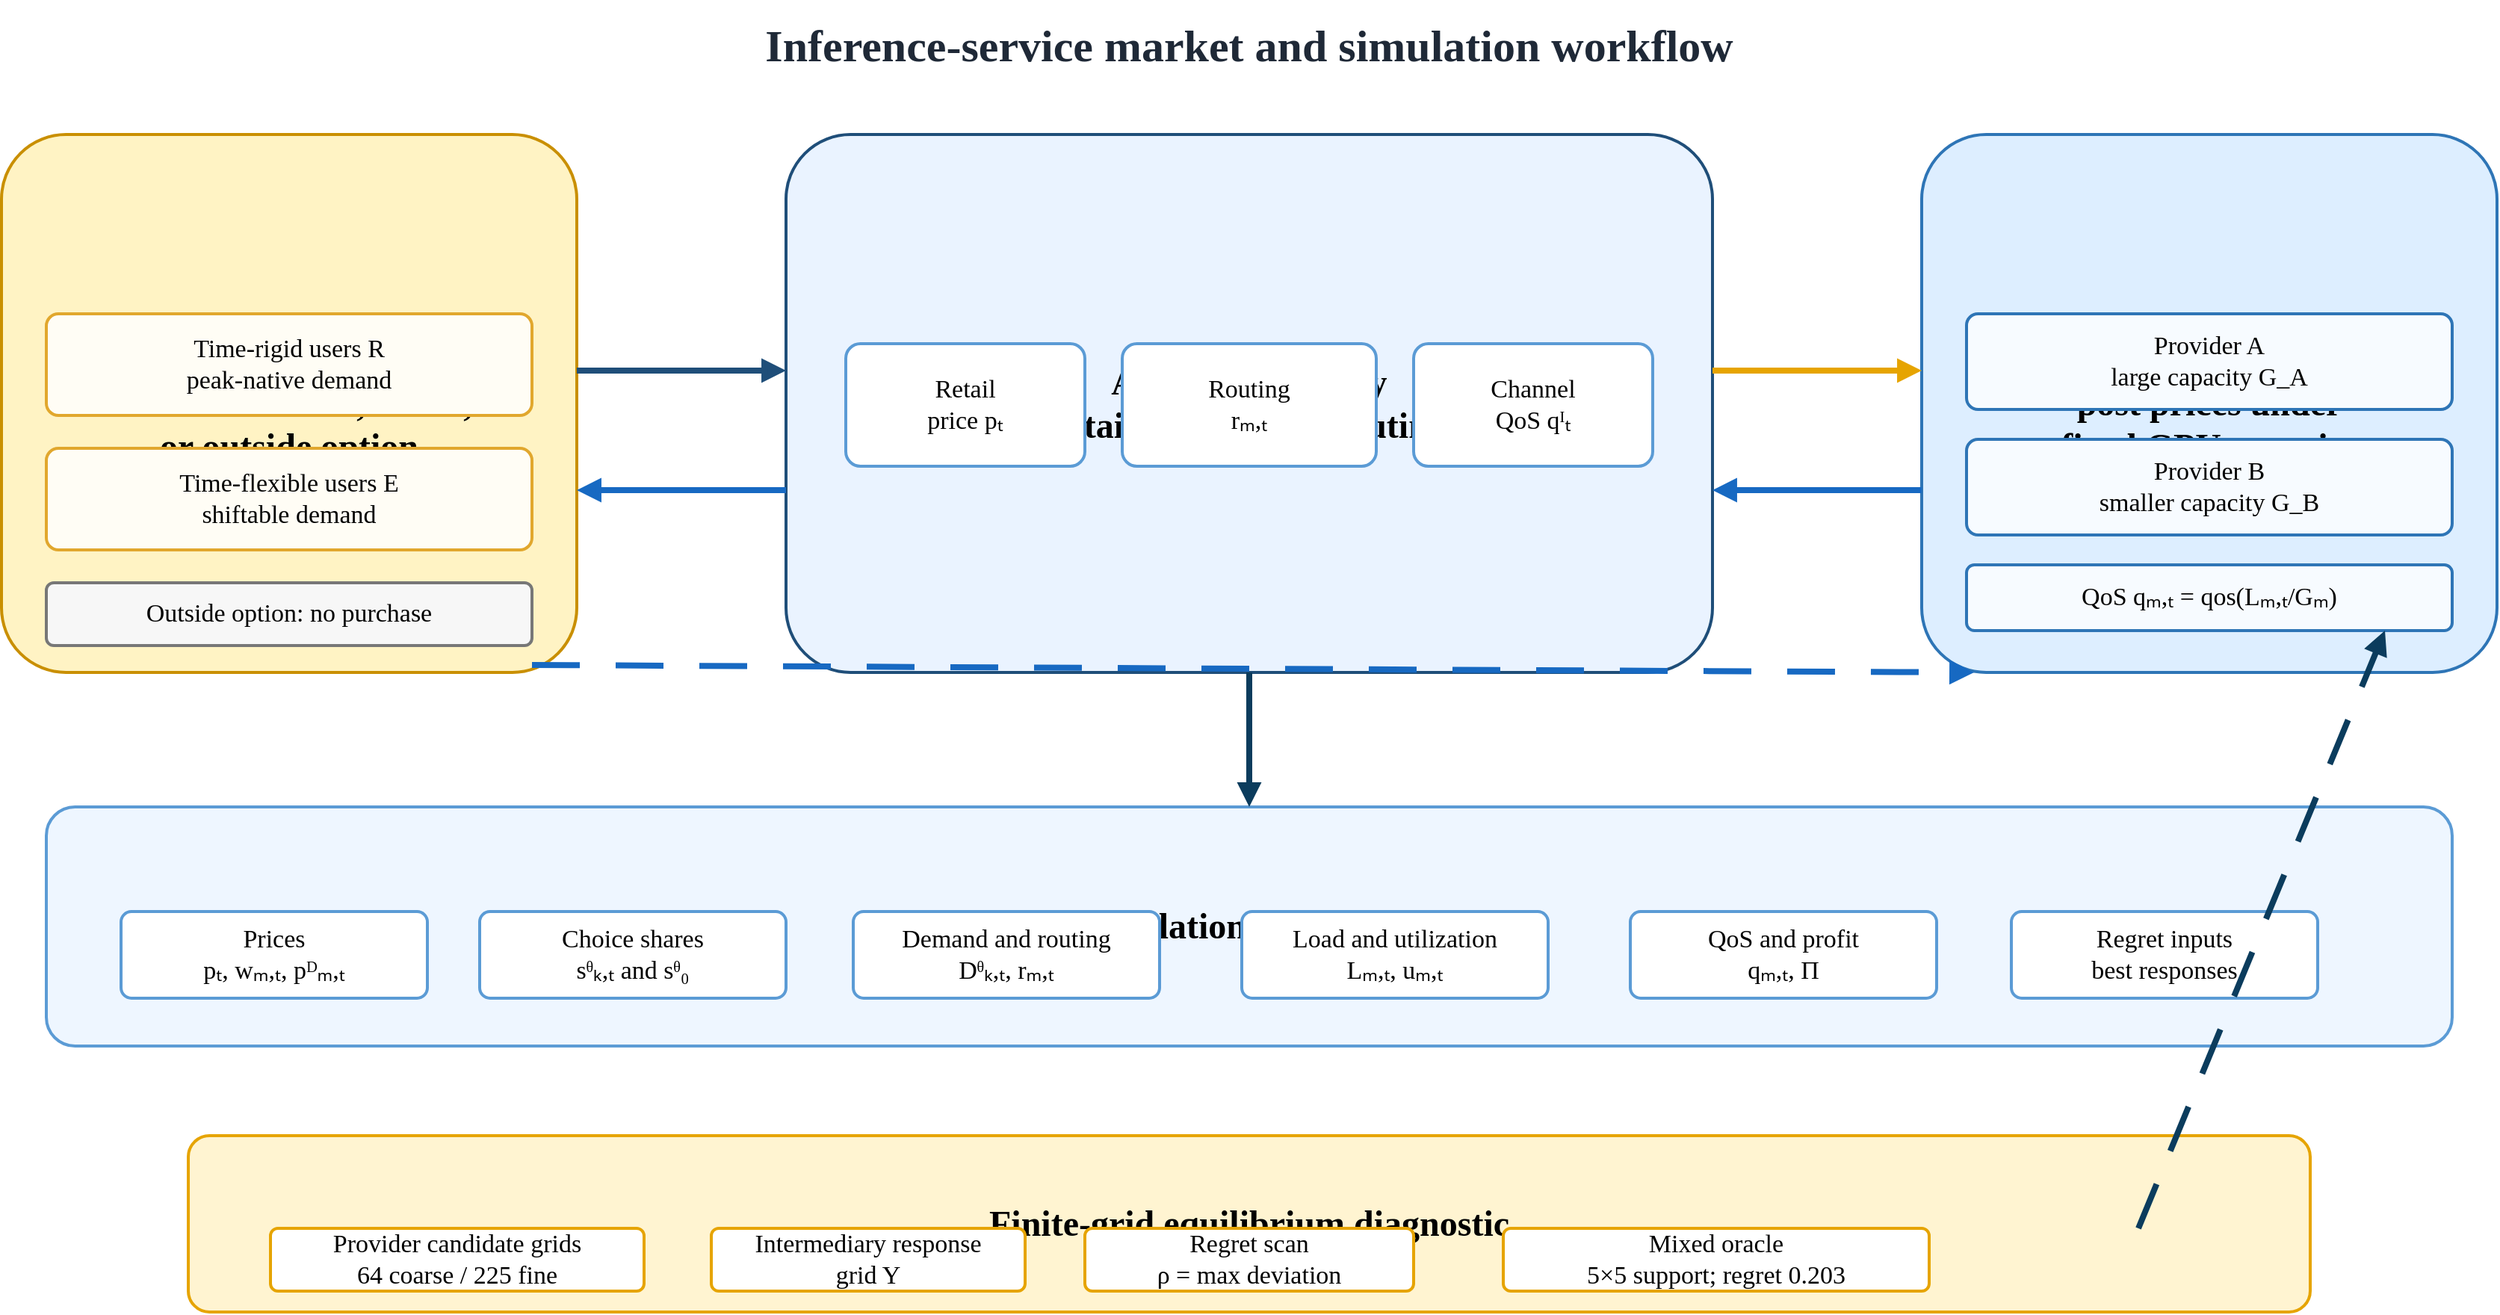
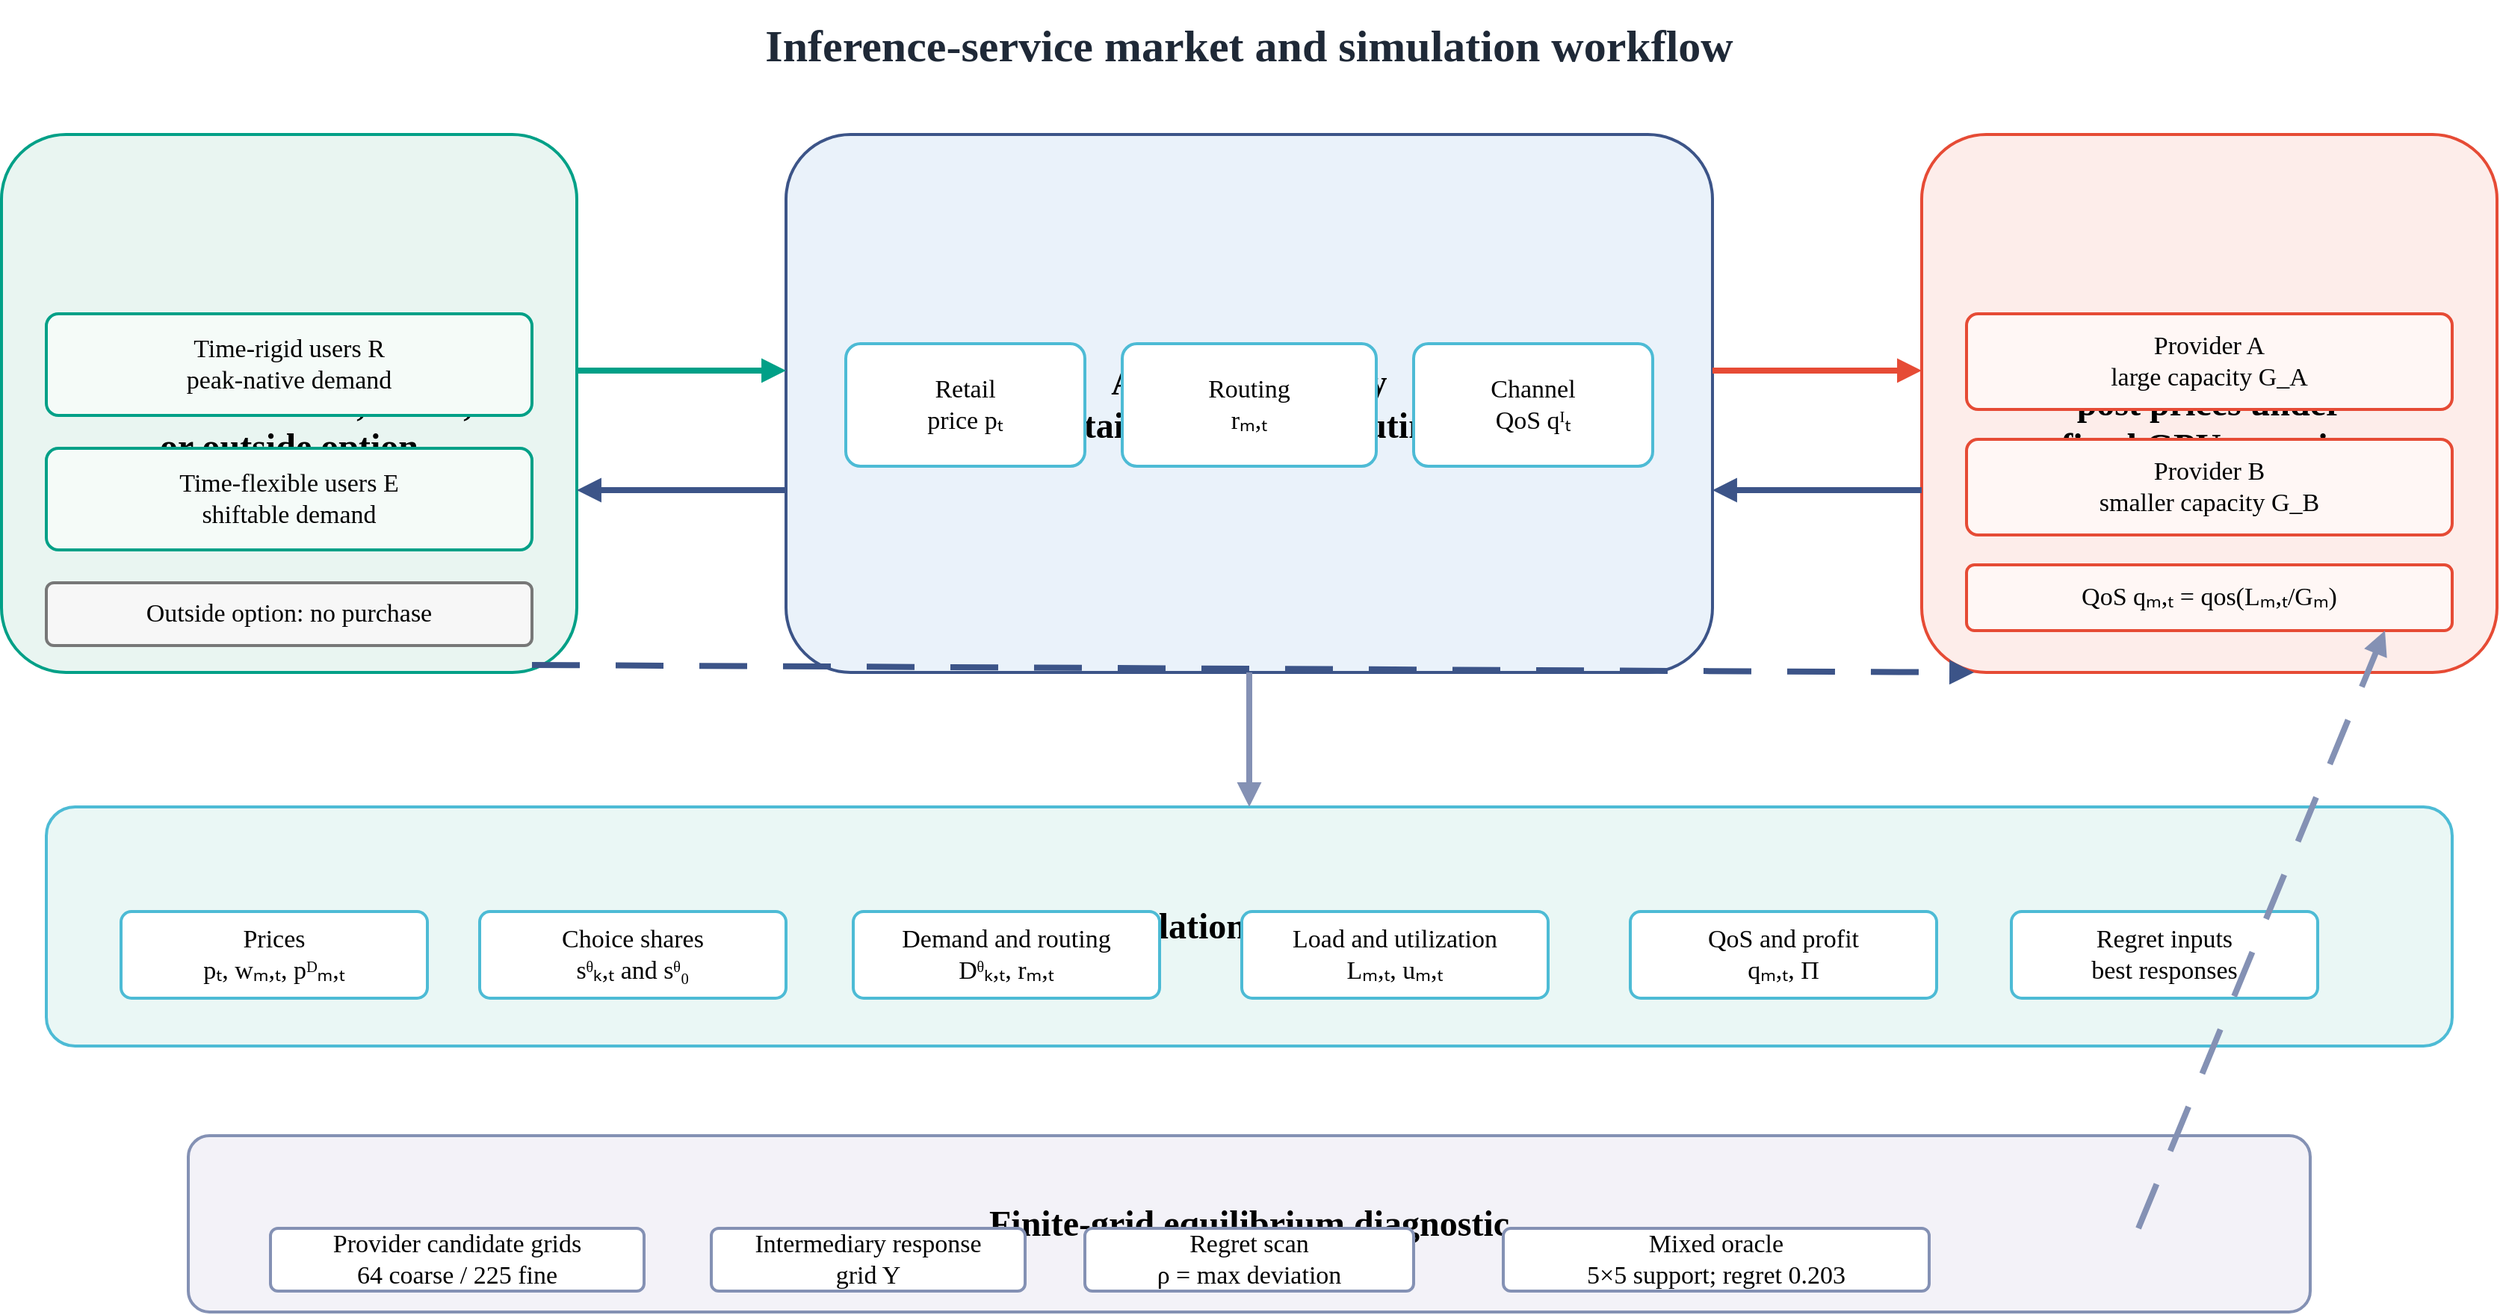
<?xml version='1.0' encoding='UTF-8'?>
<mxfile host="drawio" version="26.0.0">
  <diagram name="Page-1">
    <mxGraphModel dx="1800" dy="1020" grid="1" gridSize="10" guides="1" tooltips="1" connect="1" arrows="1" fold="1" page="1" pageScale="1" pageWidth="1800" pageHeight="1020" math="0" shadow="0">
      <root>
        <mxCell id="0" />
        <mxCell id="1" parent="0" />
        <mxCell id="2" value="&lt;div&gt;Inference-service market and simulation workflow&lt;/div&gt;" style="text;html=1;strokeColor=none;fillColor=none;whiteSpace=wrap;fontFamily=Times New Roman;fontSize=30;fontColor=#1F2937;fontStyle=1;align=center;verticalAlign=middle;" vertex="1" parent="1">
          <mxGeometry as="geometry" x="520" y="30" width="760" height="60" />
        </mxCell>
-         <mxCell id="3" value="&lt;div&gt;Users&lt;br&gt;choose brokered, direct,&lt;br&gt;or outside option&lt;/div&gt;" style="rounded=1;whiteSpace=wrap;html=1;arcSize=12;fillColor=#FFF3C4;strokeColor=#C98F00;strokeWidth=2;fontFamily=Times New Roman;fontSize=24;fontStyle=1;align=center;verticalAlign=middle;" vertex="1" parent="1">
+         <mxCell id="3" value="&lt;div&gt;Users&lt;br&gt;choose brokered, direct,&lt;br&gt;or outside option&lt;/div&gt;" style="rounded=1;whiteSpace=wrap;html=1;arcSize=12;fillColor=#E9F5F1;strokeColor=#00A087;strokeWidth=2;fontFamily=Times New Roman;fontSize=24;fontStyle=1;align=center;verticalAlign=middle;" vertex="1" parent="1">
          <mxGeometry as="geometry" x="65" y="120" width="385" height="360" />
        </mxCell>
-         <mxCell id="4" value="&lt;div&gt;API Intermediary&lt;br&gt;sets retail price pₜ and routing rₘ,ₜ&lt;/div&gt;" style="rounded=1;whiteSpace=wrap;html=1;arcSize=12;fillColor=#EAF3FF;strokeColor=#1F4E79;strokeWidth=2;fontFamily=Times New Roman;fontSize=24;fontStyle=1;align=center;verticalAlign=middle;" vertex="1" parent="1">
+         <mxCell id="4" value="&lt;div&gt;API Intermediary&lt;br&gt;sets retail price pₜ and routing rₘ,ₜ&lt;/div&gt;" style="rounded=1;whiteSpace=wrap;html=1;arcSize=12;fillColor=#EAF2FA;strokeColor=#3C5488;strokeWidth=2;fontFamily=Times New Roman;fontSize=24;fontStyle=1;align=center;verticalAlign=middle;" vertex="1" parent="1">
          <mxGeometry as="geometry" x="590" y="120" width="620" height="360" />
        </mxCell>
-         <mxCell id="5" value="&lt;div&gt;Inference Providers&lt;br&gt;post prices under&lt;br&gt;fixed GPU capacity&lt;/div&gt;" style="rounded=1;whiteSpace=wrap;html=1;arcSize=12;fillColor=#DDEEFF;strokeColor=#2E75B6;strokeWidth=2;fontFamily=Times New Roman;fontSize=24;fontStyle=1;align=center;verticalAlign=middle;" vertex="1" parent="1">
+         <mxCell id="5" value="&lt;div&gt;Inference Providers&lt;br&gt;post prices under&lt;br&gt;fixed GPU capacity&lt;/div&gt;" style="rounded=1;whiteSpace=wrap;html=1;arcSize=12;fillColor=#FDEDEA;strokeColor=#E64B35;strokeWidth=2;fontFamily=Times New Roman;fontSize=24;fontStyle=1;align=center;verticalAlign=middle;" vertex="1" parent="1">
          <mxGeometry as="geometry" x="1350" y="120" width="385" height="360" />
        </mxCell>
-         <mxCell id="6" value="&lt;div&gt;Simulation fixed point&lt;/div&gt;" style="rounded=1;whiteSpace=wrap;html=1;arcSize=12;fillColor=#EEF6FF;strokeColor=#5B9BD5;strokeWidth=2;fontFamily=Times New Roman;fontSize=24;fontStyle=1;align=center;verticalAlign=middle;" vertex="1" parent="1">
+         <mxCell id="6" value="&lt;div&gt;Simulation fixed point&lt;/div&gt;" style="rounded=1;whiteSpace=wrap;html=1;arcSize=12;fillColor=#EAF7F5;strokeColor=#4DBBD5;strokeWidth=2;fontFamily=Times New Roman;fontSize=24;fontStyle=1;align=center;verticalAlign=middle;" vertex="1" parent="1">
          <mxGeometry as="geometry" x="95" y="570" width="1610" height="160" />
        </mxCell>
-         <mxCell id="7" value="&lt;div&gt;Finite-grid equilibrium diagnostic&lt;/div&gt;" style="rounded=1;whiteSpace=wrap;html=1;arcSize=12;fillColor=#FFF4D1;strokeColor=#E6A400;strokeWidth=2;fontFamily=Times New Roman;fontSize=24;fontStyle=1;align=center;verticalAlign=middle;" vertex="1" parent="1">
+         <mxCell id="7" value="&lt;div&gt;Finite-grid equilibrium diagnostic&lt;/div&gt;" style="rounded=1;whiteSpace=wrap;html=1;arcSize=12;fillColor=#F3F2F8;strokeColor=#8491B4;strokeWidth=2;fontFamily=Times New Roman;fontSize=24;fontStyle=1;align=center;verticalAlign=middle;" vertex="1" parent="1">
          <mxGeometry as="geometry" x="190" y="790" width="1420" height="118" />
        </mxCell>
-         <mxCell id="8" value="&lt;div&gt;Time-rigid users R&lt;br&gt;peak-native demand&lt;/div&gt;" style="rounded=1;whiteSpace=wrap;html=1;arcSize=12;fillColor=#FFFDF5;strokeColor=#E1A72D;strokeWidth=2;fontFamily=Times New Roman;fontSize=17;fontStyle=0;align=center;verticalAlign=middle;" vertex="1" parent="1">
+         <mxCell id="8" value="&lt;div&gt;Time-rigid users R&lt;br&gt;peak-native demand&lt;/div&gt;" style="rounded=1;whiteSpace=wrap;html=1;arcSize=12;fillColor=#F5FBF8;strokeColor=#00A087;strokeWidth=2;fontFamily=Times New Roman;fontSize=17;fontStyle=0;align=center;verticalAlign=middle;" vertex="1" parent="1">
          <mxGeometry as="geometry" x="95" y="240" width="325" height="68" />
        </mxCell>
-         <mxCell id="9" value="&lt;div&gt;Time-flexible users E&lt;br&gt;shiftable demand&lt;/div&gt;" style="rounded=1;whiteSpace=wrap;html=1;arcSize=12;fillColor=#FFFDF5;strokeColor=#E1A72D;strokeWidth=2;fontFamily=Times New Roman;fontSize=17;fontStyle=0;align=center;verticalAlign=middle;" vertex="1" parent="1">
+         <mxCell id="9" value="&lt;div&gt;Time-flexible users E&lt;br&gt;shiftable demand&lt;/div&gt;" style="rounded=1;whiteSpace=wrap;html=1;arcSize=12;fillColor=#F5FBF8;strokeColor=#00A087;strokeWidth=2;fontFamily=Times New Roman;fontSize=17;fontStyle=0;align=center;verticalAlign=middle;" vertex="1" parent="1">
          <mxGeometry as="geometry" x="95" y="330" width="325" height="68" />
        </mxCell>
        <mxCell id="10" value="&lt;div&gt;Outside option: no purchase&lt;/div&gt;" style="rounded=1;whiteSpace=wrap;html=1;arcSize=12;fillColor=#F7F7F7;strokeColor=#777777;strokeWidth=2;fontFamily=Times New Roman;fontSize=17;fontStyle=0;align=center;verticalAlign=middle;" vertex="1" parent="1">
          <mxGeometry as="geometry" x="95" y="420" width="325" height="42" />
        </mxCell>
-         <mxCell id="11" value="&lt;div&gt;Retail&lt;br&gt;price pₜ&lt;/div&gt;" style="rounded=1;whiteSpace=wrap;html=1;arcSize=12;fillColor=#FFFFFF;strokeColor=#5B9BD5;strokeWidth=2;fontFamily=Times New Roman;fontSize=17;fontStyle=0;align=center;verticalAlign=middle;" vertex="1" parent="1">
+         <mxCell id="11" value="&lt;div&gt;Retail&lt;br&gt;price pₜ&lt;/div&gt;" style="rounded=1;whiteSpace=wrap;html=1;arcSize=12;fillColor=#FFFFFF;strokeColor=#4DBBD5;strokeWidth=2;fontFamily=Times New Roman;fontSize=17;fontStyle=0;align=center;verticalAlign=middle;" vertex="1" parent="1">
          <mxGeometry as="geometry" x="630" y="260" width="160" height="82" />
        </mxCell>
-         <mxCell id="12" value="&lt;div&gt;Routing&lt;br&gt;rₘ,ₜ&lt;/div&gt;" style="rounded=1;whiteSpace=wrap;html=1;arcSize=12;fillColor=#FFFFFF;strokeColor=#5B9BD5;strokeWidth=2;fontFamily=Times New Roman;fontSize=17;fontStyle=0;align=center;verticalAlign=middle;" vertex="1" parent="1">
+         <mxCell id="12" value="&lt;div&gt;Routing&lt;br&gt;rₘ,ₜ&lt;/div&gt;" style="rounded=1;whiteSpace=wrap;html=1;arcSize=12;fillColor=#FFFFFF;strokeColor=#4DBBD5;strokeWidth=2;fontFamily=Times New Roman;fontSize=17;fontStyle=0;align=center;verticalAlign=middle;" vertex="1" parent="1">
          <mxGeometry as="geometry" x="815" y="260" width="170" height="82" />
        </mxCell>
-         <mxCell id="13" value="&lt;div&gt;Channel&lt;br&gt;QoS qᴵₜ&lt;/div&gt;" style="rounded=1;whiteSpace=wrap;html=1;arcSize=12;fillColor=#FFFFFF;strokeColor=#5B9BD5;strokeWidth=2;fontFamily=Times New Roman;fontSize=17;fontStyle=0;align=center;verticalAlign=middle;" vertex="1" parent="1">
+         <mxCell id="13" value="&lt;div&gt;Channel&lt;br&gt;QoS qᴵₜ&lt;/div&gt;" style="rounded=1;whiteSpace=wrap;html=1;arcSize=12;fillColor=#FFFFFF;strokeColor=#4DBBD5;strokeWidth=2;fontFamily=Times New Roman;fontSize=17;fontStyle=0;align=center;verticalAlign=middle;" vertex="1" parent="1">
          <mxGeometry as="geometry" x="1010" y="260" width="160" height="82" />
        </mxCell>
-         <mxCell id="14" value="&lt;div&gt;Provider A&lt;br&gt;large capacity G_A&lt;/div&gt;" style="rounded=1;whiteSpace=wrap;html=1;arcSize=12;fillColor=#F7FBFF;strokeColor=#2E75B6;strokeWidth=2;fontFamily=Times New Roman;fontSize=17;fontStyle=0;align=center;verticalAlign=middle;" vertex="1" parent="1">
+         <mxCell id="14" value="&lt;div&gt;Provider A&lt;br&gt;large capacity G_A&lt;/div&gt;" style="rounded=1;whiteSpace=wrap;html=1;arcSize=12;fillColor=#FFF7F5;strokeColor=#E64B35;strokeWidth=2;fontFamily=Times New Roman;fontSize=17;fontStyle=0;align=center;verticalAlign=middle;" vertex="1" parent="1">
          <mxGeometry as="geometry" x="1380" y="240" width="325" height="64" />
        </mxCell>
-         <mxCell id="15" value="&lt;div&gt;Provider B&lt;br&gt;smaller capacity G_B&lt;/div&gt;" style="rounded=1;whiteSpace=wrap;html=1;arcSize=12;fillColor=#F7FBFF;strokeColor=#2E75B6;strokeWidth=2;fontFamily=Times New Roman;fontSize=17;fontStyle=0;align=center;verticalAlign=middle;" vertex="1" parent="1">
+         <mxCell id="15" value="&lt;div&gt;Provider B&lt;br&gt;smaller capacity G_B&lt;/div&gt;" style="rounded=1;whiteSpace=wrap;html=1;arcSize=12;fillColor=#FFF7F5;strokeColor=#E64B35;strokeWidth=2;fontFamily=Times New Roman;fontSize=17;fontStyle=0;align=center;verticalAlign=middle;" vertex="1" parent="1">
          <mxGeometry as="geometry" x="1380" y="324" width="325" height="64" />
        </mxCell>
-         <mxCell id="16" value="&lt;div&gt;QoS qₘ,ₜ = qos(Lₘ,ₜ/Gₘ)&lt;/div&gt;" style="rounded=1;whiteSpace=wrap;html=1;arcSize=12;fillColor=#F7FBFF;strokeColor=#2E75B6;strokeWidth=2;fontFamily=Times New Roman;fontSize=17;fontStyle=0;align=center;verticalAlign=middle;" vertex="1" parent="1">
+         <mxCell id="16" value="&lt;div&gt;QoS qₘ,ₜ = qos(Lₘ,ₜ/Gₘ)&lt;/div&gt;" style="rounded=1;whiteSpace=wrap;html=1;arcSize=12;fillColor=#FFF7F5;strokeColor=#E64B35;strokeWidth=2;fontFamily=Times New Roman;fontSize=17;fontStyle=0;align=center;verticalAlign=middle;" vertex="1" parent="1">
          <mxGeometry as="geometry" x="1380" y="408" width="325" height="44" />
        </mxCell>
-         <mxCell id="17" value="&lt;div&gt;Prices&lt;br&gt;pₜ, wₘ,ₜ, pᴰₘ,ₜ&lt;/div&gt;" style="rounded=1;whiteSpace=wrap;html=1;arcSize=12;fillColor=#FFFFFF;strokeColor=#5B9BD5;strokeWidth=2;fontFamily=Times New Roman;fontSize=17;fontStyle=0;align=center;verticalAlign=middle;" vertex="1" parent="1">
+         <mxCell id="17" value="&lt;div&gt;Prices&lt;br&gt;pₜ, wₘ,ₜ, pᴰₘ,ₜ&lt;/div&gt;" style="rounded=1;whiteSpace=wrap;html=1;arcSize=12;fillColor=#FFFFFF;strokeColor=#4DBBD5;strokeWidth=2;fontFamily=Times New Roman;fontSize=17;fontStyle=0;align=center;verticalAlign=middle;" vertex="1" parent="1">
          <mxGeometry as="geometry" x="145" y="640" width="205" height="58" />
        </mxCell>
-         <mxCell id="18" value="&lt;div&gt;Choice shares&lt;br&gt;sᶿₖ,ₜ and sᶿ₀&lt;/div&gt;" style="rounded=1;whiteSpace=wrap;html=1;arcSize=12;fillColor=#FFFFFF;strokeColor=#5B9BD5;strokeWidth=2;fontFamily=Times New Roman;fontSize=17;fontStyle=0;align=center;verticalAlign=middle;" vertex="1" parent="1">
+         <mxCell id="18" value="&lt;div&gt;Choice shares&lt;br&gt;sᶿₖ,ₜ and sᶿ₀&lt;/div&gt;" style="rounded=1;whiteSpace=wrap;html=1;arcSize=12;fillColor=#FFFFFF;strokeColor=#4DBBD5;strokeWidth=2;fontFamily=Times New Roman;fontSize=17;fontStyle=0;align=center;verticalAlign=middle;" vertex="1" parent="1">
          <mxGeometry as="geometry" x="385" y="640" width="205" height="58" />
        </mxCell>
-         <mxCell id="19" value="&lt;div&gt;Demand and routing&lt;br&gt;Dᶿₖ,ₜ, rₘ,ₜ&lt;/div&gt;" style="rounded=1;whiteSpace=wrap;html=1;arcSize=12;fillColor=#FFFFFF;strokeColor=#5B9BD5;strokeWidth=2;fontFamily=Times New Roman;fontSize=17;fontStyle=0;align=center;verticalAlign=middle;" vertex="1" parent="1">
+         <mxCell id="19" value="&lt;div&gt;Demand and routing&lt;br&gt;Dᶿₖ,ₜ, rₘ,ₜ&lt;/div&gt;" style="rounded=1;whiteSpace=wrap;html=1;arcSize=12;fillColor=#FFFFFF;strokeColor=#4DBBD5;strokeWidth=2;fontFamily=Times New Roman;fontSize=17;fontStyle=0;align=center;verticalAlign=middle;" vertex="1" parent="1">
          <mxGeometry as="geometry" x="635" y="640" width="205" height="58" />
        </mxCell>
-         <mxCell id="20" value="&lt;div&gt;Load and utilization&lt;br&gt;Lₘ,ₜ, uₘ,ₜ&lt;/div&gt;" style="rounded=1;whiteSpace=wrap;html=1;arcSize=12;fillColor=#FFFFFF;strokeColor=#5B9BD5;strokeWidth=2;fontFamily=Times New Roman;fontSize=17;fontStyle=0;align=center;verticalAlign=middle;" vertex="1" parent="1">
+         <mxCell id="20" value="&lt;div&gt;Load and utilization&lt;br&gt;Lₘ,ₜ, uₘ,ₜ&lt;/div&gt;" style="rounded=1;whiteSpace=wrap;html=1;arcSize=12;fillColor=#FFFFFF;strokeColor=#4DBBD5;strokeWidth=2;fontFamily=Times New Roman;fontSize=17;fontStyle=0;align=center;verticalAlign=middle;" vertex="1" parent="1">
          <mxGeometry as="geometry" x="895" y="640" width="205" height="58" />
        </mxCell>
-         <mxCell id="21" value="&lt;div&gt;QoS and profit&lt;br&gt;qₘ,ₜ, Π&lt;/div&gt;" style="rounded=1;whiteSpace=wrap;html=1;arcSize=12;fillColor=#FFFFFF;strokeColor=#5B9BD5;strokeWidth=2;fontFamily=Times New Roman;fontSize=17;fontStyle=0;align=center;verticalAlign=middle;" vertex="1" parent="1">
+         <mxCell id="21" value="&lt;div&gt;QoS and profit&lt;br&gt;qₘ,ₜ, Π&lt;/div&gt;" style="rounded=1;whiteSpace=wrap;html=1;arcSize=12;fillColor=#FFFFFF;strokeColor=#4DBBD5;strokeWidth=2;fontFamily=Times New Roman;fontSize=17;fontStyle=0;align=center;verticalAlign=middle;" vertex="1" parent="1">
          <mxGeometry as="geometry" x="1155" y="640" width="205" height="58" />
        </mxCell>
-         <mxCell id="22" value="&lt;div&gt;Regret inputs&lt;br&gt;best responses&lt;/div&gt;" style="rounded=1;whiteSpace=wrap;html=1;arcSize=12;fillColor=#FFFFFF;strokeColor=#5B9BD5;strokeWidth=2;fontFamily=Times New Roman;fontSize=17;fontStyle=0;align=center;verticalAlign=middle;" vertex="1" parent="1">
+         <mxCell id="22" value="&lt;div&gt;Regret inputs&lt;br&gt;best responses&lt;/div&gt;" style="rounded=1;whiteSpace=wrap;html=1;arcSize=12;fillColor=#FFFFFF;strokeColor=#4DBBD5;strokeWidth=2;fontFamily=Times New Roman;fontSize=17;fontStyle=0;align=center;verticalAlign=middle;" vertex="1" parent="1">
          <mxGeometry as="geometry" x="1410" y="640" width="205" height="58" />
        </mxCell>
-         <mxCell id="23" value="&lt;div&gt;Provider candidate grids&lt;br&gt;64 coarse / 225 fine&lt;/div&gt;" style="rounded=1;whiteSpace=wrap;html=1;arcSize=12;fillColor=#FFFFFF;strokeColor=#E6A400;strokeWidth=2;fontFamily=Times New Roman;fontSize=17;fontStyle=0;align=center;verticalAlign=middle;" vertex="1" parent="1">
+         <mxCell id="23" value="&lt;div&gt;Provider candidate grids&lt;br&gt;64 coarse / 225 fine&lt;/div&gt;" style="rounded=1;whiteSpace=wrap;html=1;arcSize=12;fillColor=#FFFFFF;strokeColor=#8491B4;strokeWidth=2;fontFamily=Times New Roman;fontSize=17;fontStyle=0;align=center;verticalAlign=middle;" vertex="1" parent="1">
          <mxGeometry as="geometry" x="245" y="852" width="250" height="42" />
        </mxCell>
-         <mxCell id="24" value="&lt;div&gt;Intermediary response&lt;br&gt;grid Y&lt;/div&gt;" style="rounded=1;whiteSpace=wrap;html=1;arcSize=12;fillColor=#FFFFFF;strokeColor=#E6A400;strokeWidth=2;fontFamily=Times New Roman;fontSize=17;fontStyle=0;align=center;verticalAlign=middle;" vertex="1" parent="1">
+         <mxCell id="24" value="&lt;div&gt;Intermediary response&lt;br&gt;grid Y&lt;/div&gt;" style="rounded=1;whiteSpace=wrap;html=1;arcSize=12;fillColor=#FFFFFF;strokeColor=#8491B4;strokeWidth=2;fontFamily=Times New Roman;fontSize=17;fontStyle=0;align=center;verticalAlign=middle;" vertex="1" parent="1">
          <mxGeometry as="geometry" x="540" y="852" width="210" height="42" />
        </mxCell>
-         <mxCell id="25" value="&lt;div&gt;Regret scan&lt;br&gt;ρ = max deviation&lt;/div&gt;" style="rounded=1;whiteSpace=wrap;html=1;arcSize=12;fillColor=#FFFFFF;strokeColor=#E6A400;strokeWidth=2;fontFamily=Times New Roman;fontSize=17;fontStyle=0;align=center;verticalAlign=middle;" vertex="1" parent="1">
+         <mxCell id="25" value="&lt;div&gt;Regret scan&lt;br&gt;ρ = max deviation&lt;/div&gt;" style="rounded=1;whiteSpace=wrap;html=1;arcSize=12;fillColor=#FFFFFF;strokeColor=#8491B4;strokeWidth=2;fontFamily=Times New Roman;fontSize=17;fontStyle=0;align=center;verticalAlign=middle;" vertex="1" parent="1">
          <mxGeometry as="geometry" x="790" y="852" width="220" height="42" />
        </mxCell>
-         <mxCell id="26" value="&lt;div&gt;Mixed oracle&lt;br&gt;5×5 support; regret 0.203&lt;/div&gt;" style="rounded=1;whiteSpace=wrap;html=1;arcSize=12;fillColor=#FFFFFF;strokeColor=#E6A400;strokeWidth=2;fontFamily=Times New Roman;fontSize=17;fontStyle=0;align=center;verticalAlign=middle;" vertex="1" parent="1">
+         <mxCell id="26" value="&lt;div&gt;Mixed oracle&lt;br&gt;5×5 support; regret 0.203&lt;/div&gt;" style="rounded=1;whiteSpace=wrap;html=1;arcSize=12;fillColor=#FFFFFF;strokeColor=#8491B4;strokeWidth=2;fontFamily=Times New Roman;fontSize=17;fontStyle=0;align=center;verticalAlign=middle;" vertex="1" parent="1">
          <mxGeometry as="geometry" x="1070" y="852" width="285" height="42" />
        </mxCell>
-         <mxCell id="27" value="" style="endArrow=block;html=1;rounded=1;strokeColor=#1F4E79;strokeWidth=4;" edge="1" parent="1">
+         <mxCell id="27" value="" style="endArrow=block;html=1;rounded=1;strokeColor=#00A087;strokeWidth=4;" edge="1" parent="1">
          <mxGeometry as="geometry" relative="1">
            <mxPoint as="sourcePoint" x="450" y="278" />
            <mxPoint as="targetPoint" x="590" y="278" />
          </mxGeometry>
        </mxCell>
-         <mxCell id="28" value="" style="endArrow=block;html=1;rounded=1;strokeColor=#1769C2;strokeWidth=4;" edge="1" parent="1">
+         <mxCell id="28" value="" style="endArrow=block;html=1;rounded=1;strokeColor=#3C5488;strokeWidth=4;" edge="1" parent="1">
          <mxGeometry as="geometry" relative="1">
            <mxPoint as="sourcePoint" x="590" y="358" />
            <mxPoint as="targetPoint" x="450" y="358" />
          </mxGeometry>
        </mxCell>
-         <mxCell id="29" value="" style="endArrow=block;html=1;rounded=1;strokeColor=#E6A400;strokeWidth=4;" edge="1" parent="1">
+         <mxCell id="29" value="" style="endArrow=block;html=1;rounded=1;strokeColor=#E64B35;strokeWidth=4;" edge="1" parent="1">
          <mxGeometry as="geometry" relative="1">
            <mxPoint as="sourcePoint" x="1210" y="278" />
            <mxPoint as="targetPoint" x="1350" y="278" />
          </mxGeometry>
        </mxCell>
-         <mxCell id="30" value="" style="endArrow=block;html=1;rounded=1;strokeColor=#1769C2;strokeWidth=4;" edge="1" parent="1">
+         <mxCell id="30" value="" style="endArrow=block;html=1;rounded=1;strokeColor=#3C5488;strokeWidth=4;" edge="1" parent="1">
          <mxGeometry as="geometry" relative="1">
            <mxPoint as="sourcePoint" x="1350" y="358" />
            <mxPoint as="targetPoint" x="1210" y="358" />
          </mxGeometry>
        </mxCell>
-         <mxCell id="31" value="" style="endArrow=block;html=1;rounded=1;strokeColor=#1769C2;strokeWidth=4;dashed=1;dashPattern=8 6;" edge="1" parent="1">
+         <mxCell id="31" value="" style="endArrow=block;html=1;rounded=1;strokeColor=#3C5488;strokeWidth=4;dashed=1;dashPattern=8 6;" edge="1" parent="1">
          <mxGeometry as="geometry" relative="1">
            <mxPoint as="sourcePoint" x="420" y="475" />
            <mxPoint as="targetPoint" x="1385" y="480" />
          </mxGeometry>
        </mxCell>
-         <mxCell id="32" value="" style="endArrow=block;html=1;rounded=1;strokeColor=#0B3C5D;strokeWidth=4;" edge="1" parent="1">
+         <mxCell id="32" value="" style="endArrow=block;html=1;rounded=1;strokeColor=#8491B4;strokeWidth=4;" edge="1" parent="1">
          <mxGeometry as="geometry" relative="1">
            <mxPoint as="sourcePoint" x="900" y="480" />
            <mxPoint as="targetPoint" x="900" y="570" />
          </mxGeometry>
        </mxCell>
-         <mxCell id="33" value="" style="endArrow=block;html=1;rounded=1;strokeColor=#0B3C5D;strokeWidth=4;dashed=1;dashPattern=8 6;" edge="1" parent="1">
+         <mxCell id="33" value="" style="endArrow=block;html=1;rounded=1;strokeColor=#8491B4;strokeWidth=4;dashed=1;dashPattern=8 6;" edge="1" parent="1">
          <mxGeometry as="geometry" relative="1">
            <mxPoint as="sourcePoint" x="1495" y="852" />
            <mxPoint as="targetPoint" x="1660" y="452" />
          </mxGeometry>
        </mxCell>
      </root>
    </mxGraphModel>
  </diagram>
</mxfile>